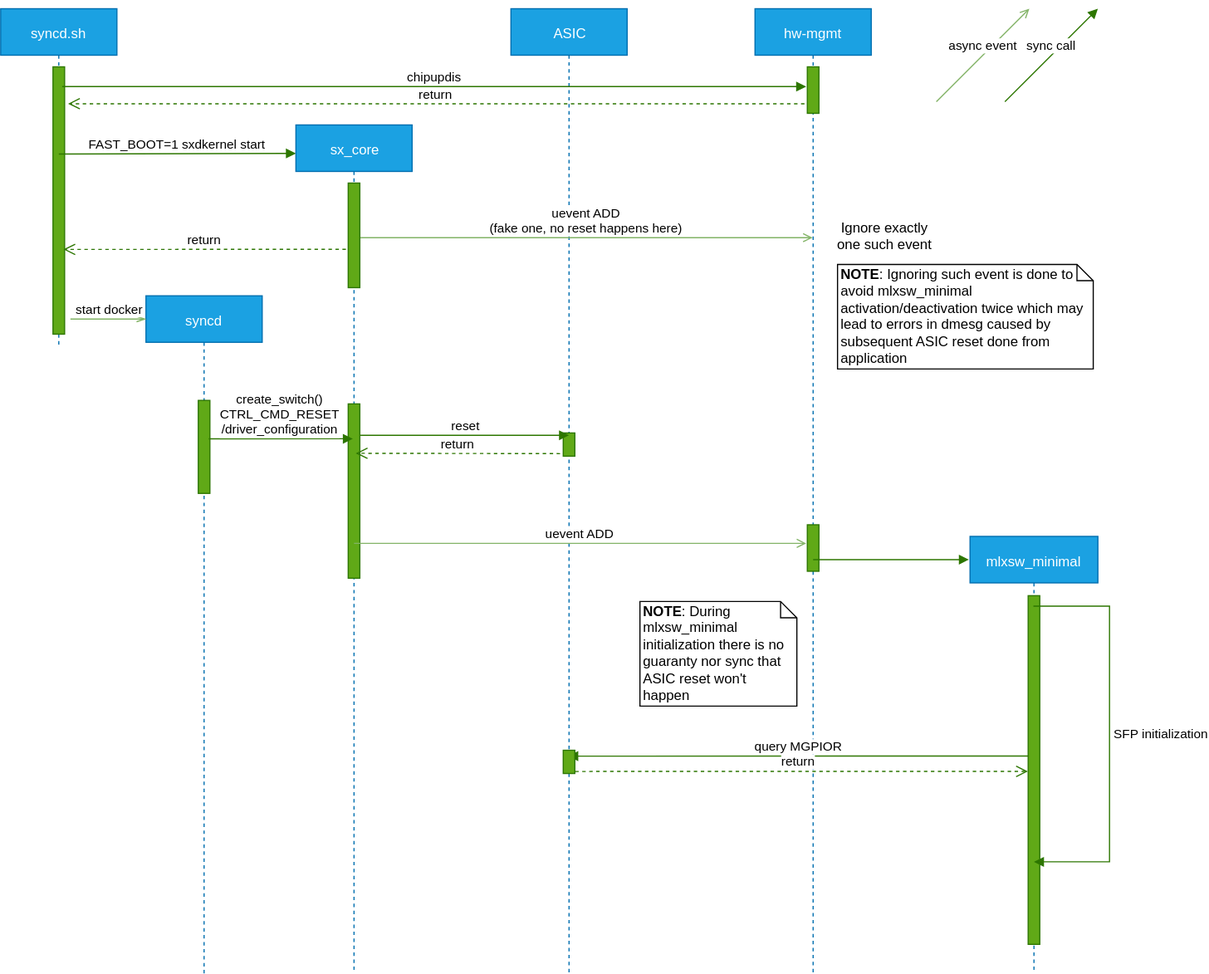
Above: doc/mlnx_only_doc/hw-mgmt-sxcore-fast-boot.svg in stepanblyschak/SONiC (draw.io), before the change. Source tidied: cells renumbered, new cells last; positions are measured from the earlier drawing's top-left corner, leaving out a move shared by most shapes. Its diagram source:
```xml
<mxGraphModel>
  <root>
    <mxCell id="0" />
    <mxCell id="1" parent="0" />
    <mxCell id="2" value="syncd.sh" style="shape=umlLifeline;perimeter=lifelinePerimeter;whiteSpace=wrap;html=1;fillColor=#1ba1e2;strokeColor=#006EAF;fontColor=#ffffff;" parent="1" vertex="1">
      <mxGeometry width="100" height="290" as="geometry" />
    </mxCell>
    <mxCell id="3" style="html=1;points=[];perimeter=orthogonalPerimeter;fillColor=#60a917;strokeColor=#2D7600;fontColor=#ffffff;" parent="2" vertex="1">
      <mxGeometry x="45" y="50" width="10" height="230" as="geometry" />
    </mxCell>
    <mxCell id="4" value="FAST_BOOT=1 sxdkernel start" style="html=1;verticalAlign=bottom;endArrow=block;entryX=0;entryY=0.026;entryDx=0;entryDy=0;entryPerimeter=0;fillColor=#60a917;strokeColor=#2D7600;" parent="2" edge="1">
      <mxGeometry relative="1" as="geometry">
        <mxPoint x="50" y="125" as="sourcePoint" />
        <mxPoint x="254" y="124.5" as="targetPoint" />
      </mxGeometry>
    </mxCell>
    <mxCell id="5" value="ASIC" style="shape=umlLifeline;perimeter=lifelinePerimeter;whiteSpace=wrap;html=1;fillColor=#1ba1e2;strokeColor=#006EAF;fontColor=#ffffff;" parent="1" vertex="1">
      <mxGeometry x="439" width="100" height="830" as="geometry" />
    </mxCell>
    <mxCell id="6" style="html=1;perimeter=orthogonalPerimeter;fillColor=#60a917;strokeColor=#2D7600;fontColor=#ffffff;" parent="5" vertex="1">
      <mxGeometry x="45" y="365" width="10" height="20" as="geometry" />
    </mxCell>
    <mxCell id="7" value="hw-mgmt" style="shape=umlLifeline;perimeter=lifelinePerimeter;whiteSpace=wrap;html=1;fillColor=#1ba1e2;strokeColor=#006EAF;fontColor=#ffffff;" parent="1" vertex="1">
      <mxGeometry x="649" width="100" height="830" as="geometry" />
    </mxCell>
    <mxCell id="8" style="html=1;perimeter=orthogonalPerimeter;fillColor=#60a917;strokeColor=#2D7600;fontColor=#ffffff;" parent="7" vertex="1">
      <mxGeometry x="45" y="444" width="10" height="40" as="geometry" />
    </mxCell>
    <mxCell id="9" style="html=1;perimeter=orthogonalPerimeter;fillColor=#60a917;strokeColor=#2D7600;fontColor=#ffffff;" parent="7" vertex="1">
      <mxGeometry x="45" y="50" width="10" height="40" as="geometry" />
    </mxCell>
    <mxCell id="10" value="sx_core" style="shape=umlLifeline;perimeter=lifelinePerimeter;whiteSpace=wrap;html=1;fillColor=#1ba1e2;strokeColor=#006EAF;fontColor=#ffffff;" parent="1" vertex="1">
      <mxGeometry x="254" y="100" width="100" height="730" as="geometry" />
    </mxCell>
    <mxCell id="11" style="html=1;perimeter=orthogonalPerimeter;fillColor=#60a917;strokeColor=#2D7600;fontColor=#ffffff;" parent="10" vertex="1">
      <mxGeometry x="45" y="50" width="10" height="90" as="geometry" />
    </mxCell>
    <mxCell id="12" style="html=1;perimeter=orthogonalPerimeter;fillColor=#60a917;strokeColor=#2D7600;fontColor=#ffffff;" parent="10" vertex="1">
      <mxGeometry x="45" y="240" width="10" height="150" as="geometry" />
    </mxCell>
    <mxCell id="13" value="mlxsw_minimal" style="shape=umlLifeline;perimeter=lifelinePerimeter;whiteSpace=wrap;html=1;outlineConnect=0;fillColor=#1ba1e2;strokeColor=#006EAF;fontColor=#ffffff;" parent="1" vertex="1">
      <mxGeometry x="834" y="454" width="110" height="376" as="geometry" />
    </mxCell>
    <mxCell id="14" style="html=1;points=[];perimeter=orthogonalPerimeter;fillColor=#60a917;strokeColor=#2D7600;fontColor=#ffffff;" parent="13" vertex="1">
      <mxGeometry x="50" y="51" width="10" height="300" as="geometry" />
    </mxCell>
    <mxCell id="15" value="uevent ADD&lt;br&gt;(fake one, no reset happens here)" style="html=1;verticalAlign=bottom;endArrow=open;endFill=0;fillColor=#d5e8d4;strokeColor=#82b366;" parent="1" edge="1">
      <mxGeometry relative="1" as="geometry">
        <mxPoint x="309.5" y="197" as="sourcePoint" />
        <mxPoint x="698.5" y="197" as="targetPoint" />
      </mxGeometry>
    </mxCell>
    <mxCell id="16" style="html=1;verticalAlign=bottom;endArrow=block;fillColor=#60a917;strokeColor=#2D7600;" parent="1" edge="1">
      <mxGeometry relative="1" as="geometry">
        <mxPoint x="699" y="474" as="sourcePoint" />
        <mxPoint x="833" y="474" as="targetPoint" />
      </mxGeometry>
    </mxCell>
    <mxCell id="17" value="SFP initialization" style="edgeStyle=orthogonalEdgeStyle;html=1;align=left;spacingLeft=2;endArrow=block;rounded=0;fillColor=#60a917;strokeColor=#2D7600;" parent="1" edge="1" source="13">
      <mxGeometry relative="1" as="geometry">
        <mxPoint x="889" y="733.6" as="targetPoint" />
        <Array as="points">
          <mxPoint x="954" y="514" />
          <mxPoint x="954" y="734" />
        </Array>
      </mxGeometry>
    </mxCell>
    <mxCell id="18" value="query MGPIOR" style="html=1;verticalAlign=bottom;endArrow=block;exitX=0;exitY=0.46;exitDx=0;exitDy=0;exitPerimeter=0;fillColor=#60a917;strokeColor=#2D7600;" parent="1" edge="1" source="14">
      <mxGeometry relative="1" as="geometry">
        <mxPoint x="488.3" y="643" as="targetPoint" />
      </mxGeometry>
    </mxCell>
    <mxCell id="19" value="&lt;b&gt;NOTE&lt;/b&gt;: During mlxsw_minimal initialization there is no guaranty nor sync that ASIC reset won't happen" style="shape=note;whiteSpace=wrap;html=1;size=14;verticalAlign=top;align=left;spacingTop=-6;" parent="1" vertex="1">
      <mxGeometry x="550" y="510" width="135" height="90" as="geometry" />
    </mxCell>
    <mxCell id="20" value="syncd" style="shape=umlLifeline;perimeter=lifelinePerimeter;whiteSpace=wrap;html=1;fillColor=#1ba1e2;strokeColor=#006EAF;fontColor=#ffffff;" parent="1" vertex="1">
      <mxGeometry x="125" y="247" width="100" height="583" as="geometry" />
    </mxCell>
    <mxCell id="21" style="html=1;points=[];perimeter=orthogonalPerimeter;fillColor=#60a917;strokeColor=#2D7600;fontColor=#ffffff;" parent="20" vertex="1">
      <mxGeometry x="45" y="90" width="10" height="80" as="geometry" />
    </mxCell>
    <mxCell id="22" value="create_switch()&lt;br&gt;CTRL_CMD_RESET&lt;br&gt;/driver_configuration" style="html=1;verticalAlign=bottom;endArrow=block;exitX=0.9;exitY=0.413;exitDx=0;exitDy=0;exitPerimeter=0;fillColor=#60a917;strokeColor=#2D7600;" parent="1" edge="1" source="21">
      <mxGeometry relative="1" as="geometry">
        <mxPoint x="303" y="370" as="targetPoint" />
      </mxGeometry>
    </mxCell>
    <mxCell id="23" value="async event" style="html=1;verticalAlign=bottom;endArrow=open;endFill=0;fillColor=#d5e8d4;strokeColor=#82b366;" parent="1" edge="1">
      <mxGeometry relative="1" as="geometry">
        <mxPoint x="805" y="80" as="sourcePoint" />
        <mxPoint x="885" as="targetPoint" />
      </mxGeometry>
    </mxCell>
    <mxCell id="24" value="sync call" style="html=1;verticalAlign=bottom;endArrow=block;fillColor=#60a917;strokeColor=#2D7600;" parent="1" edge="1">
      <mxGeometry relative="1" as="geometry">
        <mxPoint x="864" y="80" as="sourcePoint" />
        <mxPoint x="944" as="targetPoint" />
      </mxGeometry>
    </mxCell>
    <mxCell id="25" value="start docker" style="html=1;verticalAlign=bottom;endArrow=openThin;endFill=0;fillColor=#d5e8d4;strokeColor=#82b366;" parent="1" edge="1">
      <mxGeometry relative="1" as="geometry">
        <mxPoint x="60" y="267" as="sourcePoint" />
        <mxPoint x="125" y="267" as="targetPoint" />
      </mxGeometry>
    </mxCell>
    <mxCell id="26" value="return" style="html=1;verticalAlign=bottom;endArrow=open;dashed=1;endSize=8;fillColor=#60a917;strokeColor=#2D7600;entryX=0.9;entryY=0.683;entryDx=0;entryDy=0;entryPerimeter=0;" parent="1" edge="1" target="3">
      <mxGeometry relative="1" as="geometry">
        <mxPoint x="297" y="207" as="sourcePoint" />
      </mxGeometry>
    </mxCell>
    <mxCell id="27" value="return" style="html=1;verticalAlign=bottom;endArrow=open;dashed=1;endSize=8;fillColor=#60a917;strokeColor=#2D7600;entryX=-0.024;entryY=0.514;entryDx=0;entryDy=0;entryPerimeter=0;" parent="1" edge="1">
      <mxGeometry relative="1" as="geometry">
        <mxPoint x="488.3" y="656.2" as="sourcePoint" />
        <mxPoint x="883.8" y="656.2" as="targetPoint" />
      </mxGeometry>
    </mxCell>
    <mxCell id="28" style="html=1;perimeter=orthogonalPerimeter;fillColor=#60a917;strokeColor=#2D7600;fontColor=#ffffff;" parent="1" vertex="1">
      <mxGeometry x="484" y="638" width="10" height="20" as="geometry" />
    </mxCell>
    <mxCell id="29" value="reset" style="html=1;verticalAlign=bottom;endArrow=block;fillColor=#60a917;strokeColor=#2D7600;" parent="1" edge="1">
      <mxGeometry relative="1" as="geometry">
        <mxPoint x="309.5" y="367" as="sourcePoint" />
        <mxPoint x="489" y="367" as="targetPoint" />
      </mxGeometry>
    </mxCell>
    <mxCell id="30" value="return" style="html=1;verticalAlign=bottom;endArrow=open;dashed=1;endSize=8;exitX=0.468;exitY=0.21;exitDx=0;exitDy=0;exitPerimeter=0;fillColor=#60a917;strokeColor=#2D7600;" parent="1" edge="1">
      <mxGeometry relative="1" as="geometry">
        <mxPoint x="481.3" y="382.8" as="sourcePoint" />
        <mxPoint x="305.5" y="382.5" as="targetPoint" />
      </mxGeometry>
    </mxCell>
    <mxCell id="31" value="Ignore exactly&lt;br&gt;one such event" style="text;html=1;align=center;verticalAlign=middle;" parent="1" vertex="1">
      <mxGeometry x="710" y="180" width="100" height="30" as="geometry" />
    </mxCell>
    <mxCell id="32" value="uevent ADD" style="html=1;verticalAlign=bottom;endArrow=open;endFill=0;fillColor=#d5e8d4;strokeColor=#82b366;" parent="1" edge="1">
      <mxGeometry relative="1" as="geometry">
        <mxPoint x="304" y="460" as="sourcePoint" />
        <mxPoint x="693" y="460" as="targetPoint" />
      </mxGeometry>
    </mxCell>
    <mxCell id="33" value="chipupdis" style="html=1;verticalAlign=bottom;endArrow=block;entryX=-0.4;entryY=0.25;entryDx=0;entryDy=0;entryPerimeter=0;fillColor=#60a917;strokeColor=#2D7600;" parent="1" edge="1">
      <mxGeometry relative="1" as="geometry">
        <mxPoint x="52.9" y="67" as="sourcePoint" />
        <mxPoint x="693" y="67" as="targetPoint" />
      </mxGeometry>
    </mxCell>
    <mxCell id="34" value="return" style="html=1;verticalAlign=bottom;endArrow=open;dashed=1;endSize=8;fillColor=#60a917;strokeColor=#2D7600;entryX=1.5;entryY=0.112;entryDx=0;entryDy=0;entryPerimeter=0;exitX=-0.043;exitY=0.646;exitDx=0;exitDy=0;exitPerimeter=0;" parent="1" edge="1">
      <mxGeometry relative="1" as="geometry">
        <mxPoint x="691.6" y="81.8" as="sourcePoint" />
        <mxPoint x="58" y="81.8" as="targetPoint" />
      </mxGeometry>
    </mxCell>
    <mxCell id="35" value="&lt;b&gt;NOTE&lt;/b&gt;: Ignoring such event is done to avoid mlxsw_minimal activation/deactivation twice which may lead to errors in dmesg caused by subsequent ASIC reset done from application" style="shape=note;whiteSpace=wrap;html=1;size=14;verticalAlign=top;align=left;spacingTop=-6;" parent="1" vertex="1">
      <mxGeometry x="720" y="220" width="220" height="90" as="geometry" />
    </mxCell>
  </root>
</mxGraphModel>
```
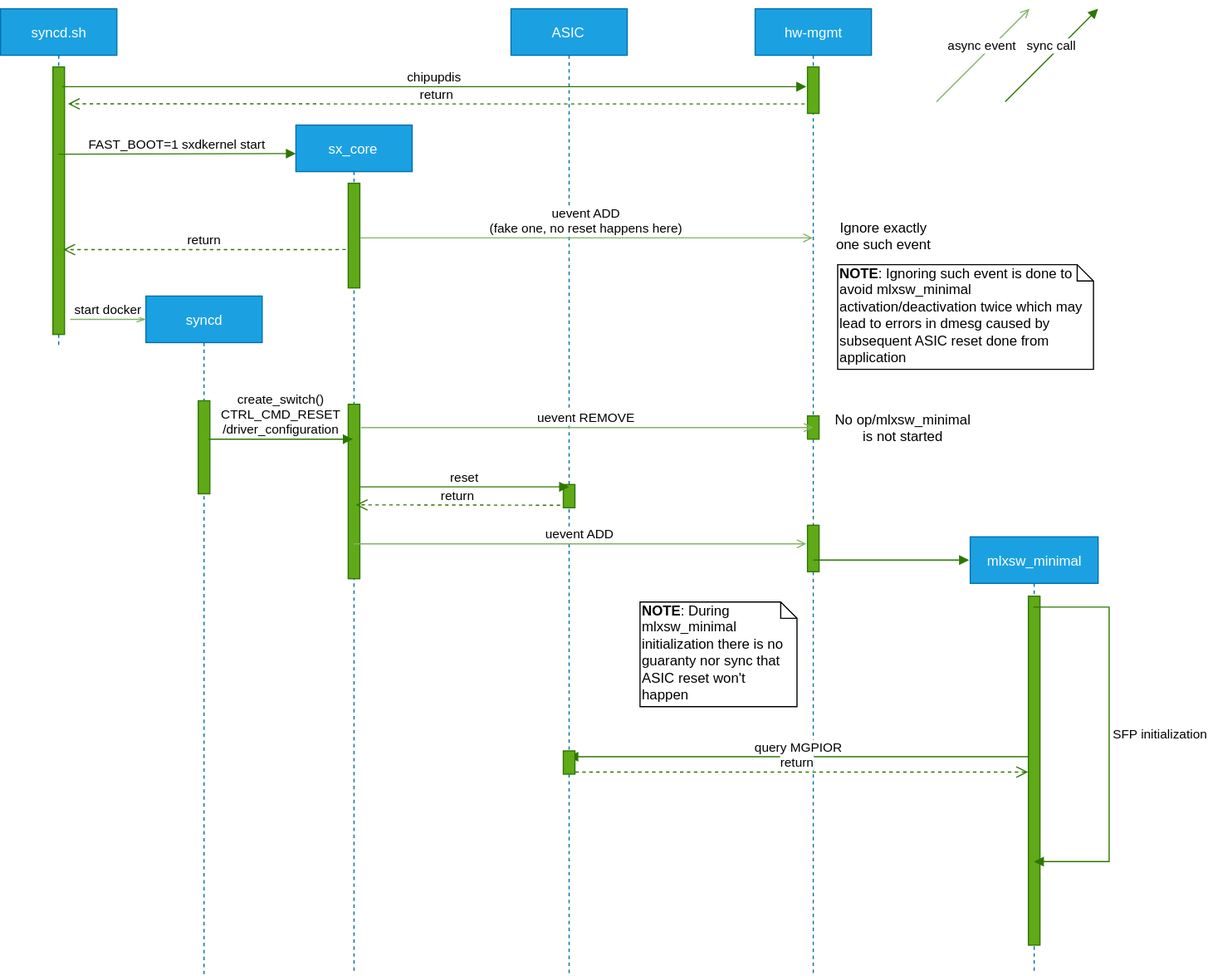
Above is the later version.

What changed in the source:
```diff
@@ -18,7 +18,7 @@
       <mxGeometry x="439" width="100" height="830" as="geometry" />
     </mxCell>
     <mxCell id="6" style="html=1;perimeter=orthogonalPerimeter;fillColor=#60a917;strokeColor=#2D7600;fontColor=#ffffff;" parent="5" vertex="1">
-      <mxGeometry x="45" y="365" width="10" height="20" as="geometry" />
+      <mxGeometry x="45" y="409" width="10" height="20" as="geometry" />
     </mxCell>
     <mxCell id="7" value="hw-mgmt" style="shape=umlLifeline;perimeter=lifelinePerimeter;whiteSpace=wrap;html=1;fillColor=#1ba1e2;strokeColor=#006EAF;fontColor=#ffffff;" parent="1" vertex="1">
       <mxGeometry x="649" width="100" height="830" as="geometry" />
@@ -29,6 +29,9 @@
     <mxCell id="9" style="html=1;perimeter=orthogonalPerimeter;fillColor=#60a917;strokeColor=#2D7600;fontColor=#ffffff;" parent="7" vertex="1">
       <mxGeometry x="45" y="50" width="10" height="40" as="geometry" />
     </mxCell>
+    <mxCell id="36" style="html=1;perimeter=orthogonalPerimeter;fillColor=#60a917;strokeColor=#2D7600;fontColor=#ffffff;" parent="7" vertex="1">
+      <mxGeometry x="45" y="350" width="10" height="20" as="geometry" />
+    </mxCell>
     <mxCell id="10" value="sx_core" style="shape=umlLifeline;perimeter=lifelinePerimeter;whiteSpace=wrap;html=1;fillColor=#1ba1e2;strokeColor=#006EAF;fontColor=#ffffff;" parent="1" vertex="1">
       <mxGeometry x="254" y="100" width="100" height="730" as="geometry" />
     </mxCell>
@@ -118,14 +121,14 @@
     </mxCell>
     <mxCell id="29" value="reset" style="html=1;verticalAlign=bottom;endArrow=block;fillColor=#60a917;strokeColor=#2D7600;" parent="1" edge="1">
       <mxGeometry relative="1" as="geometry">
-        <mxPoint x="309.5" y="367" as="sourcePoint" />
-        <mxPoint x="489" y="367" as="targetPoint" />
+        <mxPoint x="309.5" y="411" as="sourcePoint" />
+        <mxPoint x="489" y="411" as="targetPoint" />
       </mxGeometry>
     </mxCell>
     <mxCell id="30" value="return" style="html=1;verticalAlign=bottom;endArrow=open;dashed=1;endSize=8;exitX=0.468;exitY=0.21;exitDx=0;exitDy=0;exitPerimeter=0;fillColor=#60a917;strokeColor=#2D7600;" parent="1" edge="1">
       <mxGeometry relative="1" as="geometry">
-        <mxPoint x="481.3" y="382.8" as="sourcePoint" />
-        <mxPoint x="305.5" y="382.5" as="targetPoint" />
+        <mxPoint x="481.3" y="426.8" as="sourcePoint" />
+        <mxPoint x="305.5" y="426.5" as="targetPoint" />
       </mxGeometry>
     </mxCell>
     <mxCell id="31" value="Ignore exactly&lt;br&gt;one such event" style="text;html=1;align=center;verticalAlign=middle;" parent="1" vertex="1">
@@ -152,5 +155,14 @@
     <mxCell id="35" value="&lt;b&gt;NOTE&lt;/b&gt;: Ignoring such event is done to avoid mlxsw_minimal activation/deactivation twice which may lead to errors in dmesg caused by subsequent ASIC reset done from application" style="shape=note;whiteSpace=wrap;html=1;size=14;verticalAlign=top;align=left;spacingTop=-6;" parent="1" vertex="1">
       <mxGeometry x="720" y="220" width="220" height="90" as="geometry" />
     </mxCell>
+    <mxCell id="37" value="uevent REMOVE" style="html=1;verticalAlign=bottom;endArrow=open;endFill=0;fillColor=#d5e8d4;strokeColor=#82b366;" parent="1" edge="1">
+      <mxGeometry relative="1" as="geometry">
+        <mxPoint x="310" y="360" as="sourcePoint" />
+        <mxPoint x="699" y="360" as="targetPoint" />
+      </mxGeometry>
+    </mxCell>
+    <mxCell id="38" value="No op/mlxsw_minimal&lt;br&gt;is not started" style="text;html=1;align=center;verticalAlign=middle;" parent="1" vertex="1">
+      <mxGeometry x="711.5" y="345" width="130" height="30" as="geometry" />
+    </mxCell>
   </root>
 </mxGraphModel>
```
